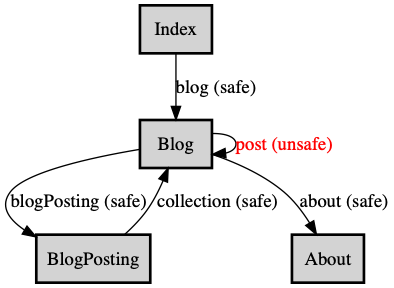
The Graphviz diagram application-state-diagram/asd.png in koriym/restapp-spec-skeleton, before a commit. Its source is kept beside it as application-state-diagram/asd.dot. Source of this version:
```dot
digraph application_state_diagram {
    node [
      shape = box,
      style = "bold,filled"
    ];

    Index->Blog [
        label = "blog (safe)"
    ];
}
```
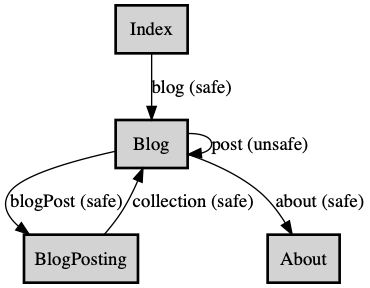
After the commit.

Commit message:
example asd

The edit, as a diff of the source:
```diff
@@ -4,7 +4,19 @@
       style = "bold,filled"
     ];
 
-    Index->Blog [
+    Index -> Blog [
         label = "blog (safe)"
     ];
+    Blog -> BlogPosting [
+        label = "blogPost (safe)"
+    ];
+    BlogPosting -> Blog [
+        label = "collection (safe)"
+    ];
+    Blog -> Blog [
+        label = "post (unsafe)"
+    ];
+    Blog -> About [
+        label = "about (safe)"
+    ];
 }
```
